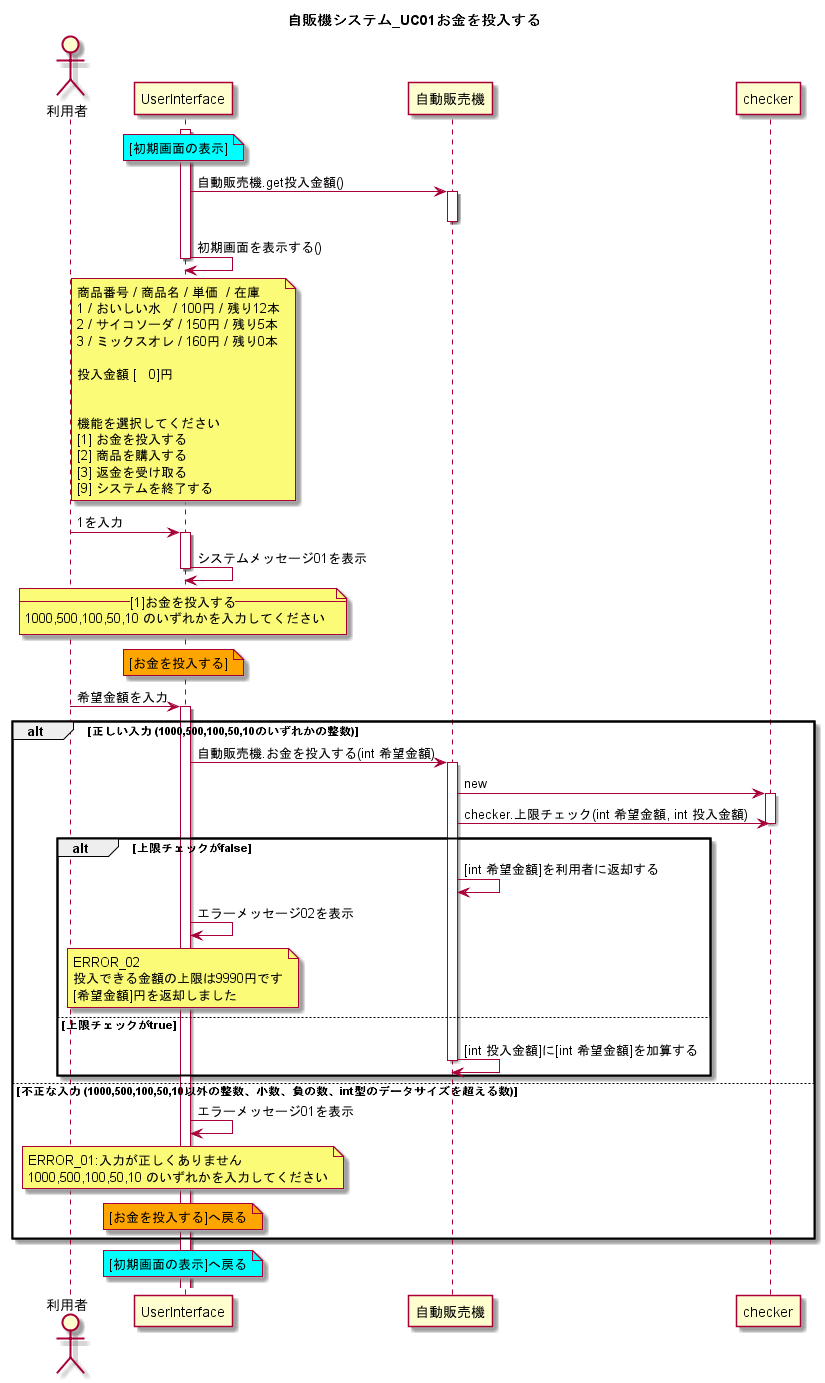
Earlier version of the PlantUML export UML_class_sequence/自販機システム_UC01お金を投入する.png (W-Nakayama-24/VendingMachine_CUI).
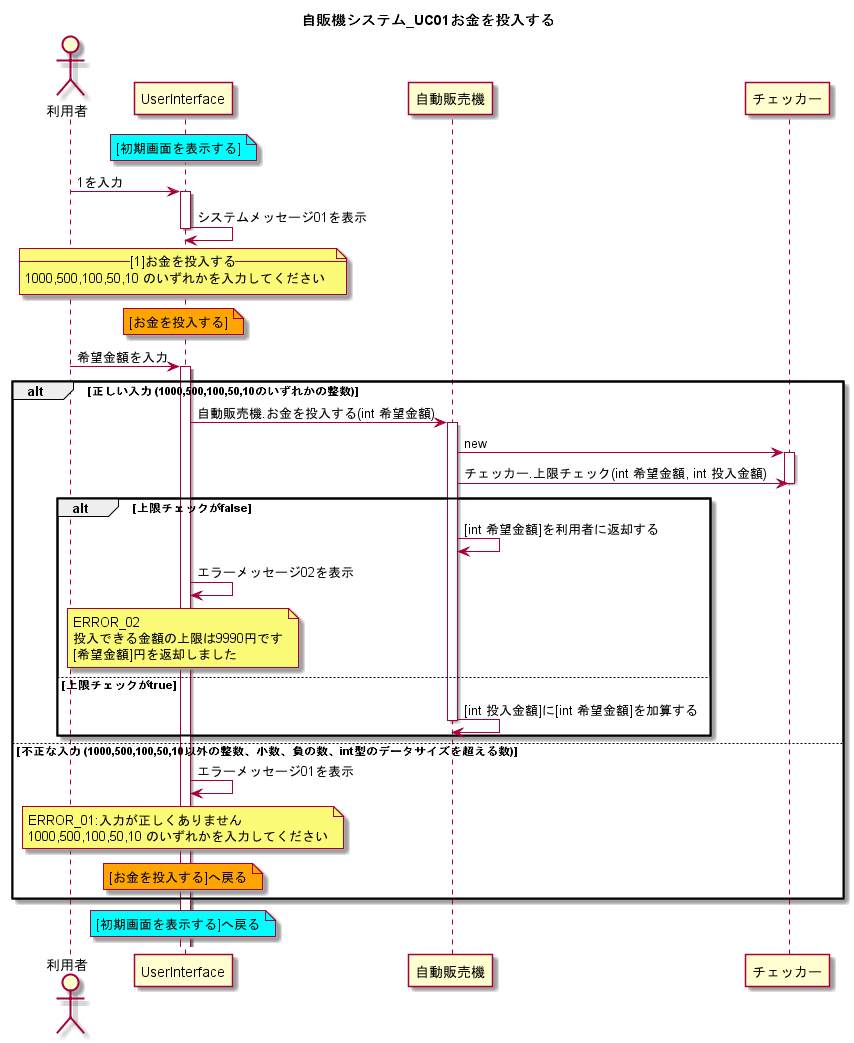
After the change.

What changed in the source:
```diff
@@ -2,33 +2,9 @@
 title 自販機システム_UC01お金を投入する
 
 actor 利用者
-
-activate UserInterface
-
 note over UserInterface #Cyan
-[初期画面の表示]
+[初期画面を表示する]
 end note
-UserInterface -> 自動販売機 : 自動販売機.get投入金額()
-activate 自動販売機
-deactivate 自動販売機
-UserInterface <- UserInterface : 初期画面を表示する()
-    note over UserInterface
-    商品番号 / 商品名 / 単価  / 在庫
-    1 / おいしい水   / 100円 / 残り12本
-    2 / サイコソーダ / 150円 / 残り5本
-    3 / ミックスオレ / 160円 / 残り0本
-
-    投入金額 [   0]円
-
-
-    機能を選択してください
-    [1] お金を投入する
-    [2] 商品を購入する
-    [3] 返金を受け取る
-    [9] システムを終了する
-    end note
-deactivate UserInterface
-
 
 利用者 -> UserInterface : 1を入力
 activate UserInterface
@@ -52,11 +28,11 @@
 
 UserInterface -> 自動販売機 : 自動販売機.お金を投入する(int 希望金額)
 activate 自動販売機
-自動販売機 -> checker : new
-activate checker
+自動販売機 -> チェッカー : new
+activate チェッカー
 
-自動販売機 -> checker : checker.上限チェック(int 希望金額, int 投入金額)
-deactivate checker
+自動販売機 -> チェッカー : チェッカー.上限チェック(int 希望金額, int 投入金額)
+deactivate チェッカー
 
 alt 上限チェックがfalse
 自動販売機 <- 自動販売機 : [int 希望金額]を利用者に返却する
@@ -88,7 +64,7 @@
 end
 
 note over UserInterface #Cyan
-[初期画面の表示]へ戻る
+[初期画面を表示する]へ戻る
 end note
 
 @enduml
```
